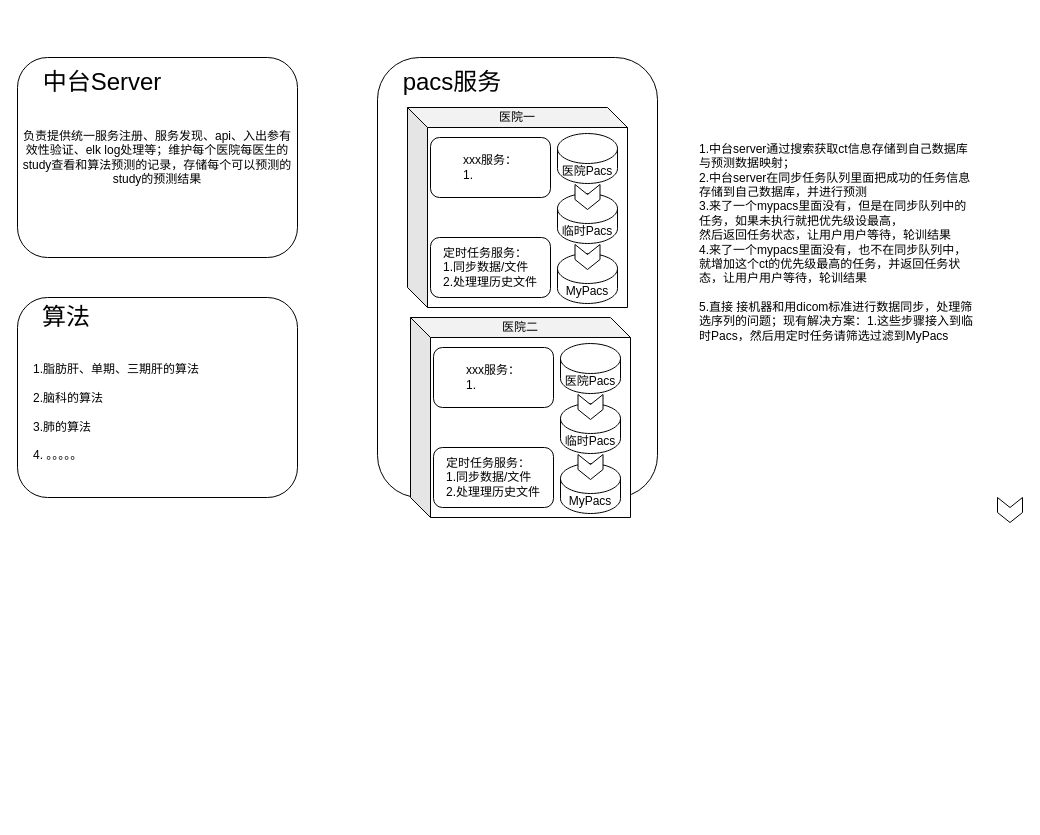
lsm1103/pyupload keeps this draw.io diagram as 未命名绘图.drawio. Above is the earlier version. Source tidied: cells renumbered, new cells numbered last; positions are measured from the earlier drawing's top-left corner, leaving out a move shared by most shapes. Both pictures are drawn from the tidied source at 100%, with x=0, y=0 at pixel (17, 17).
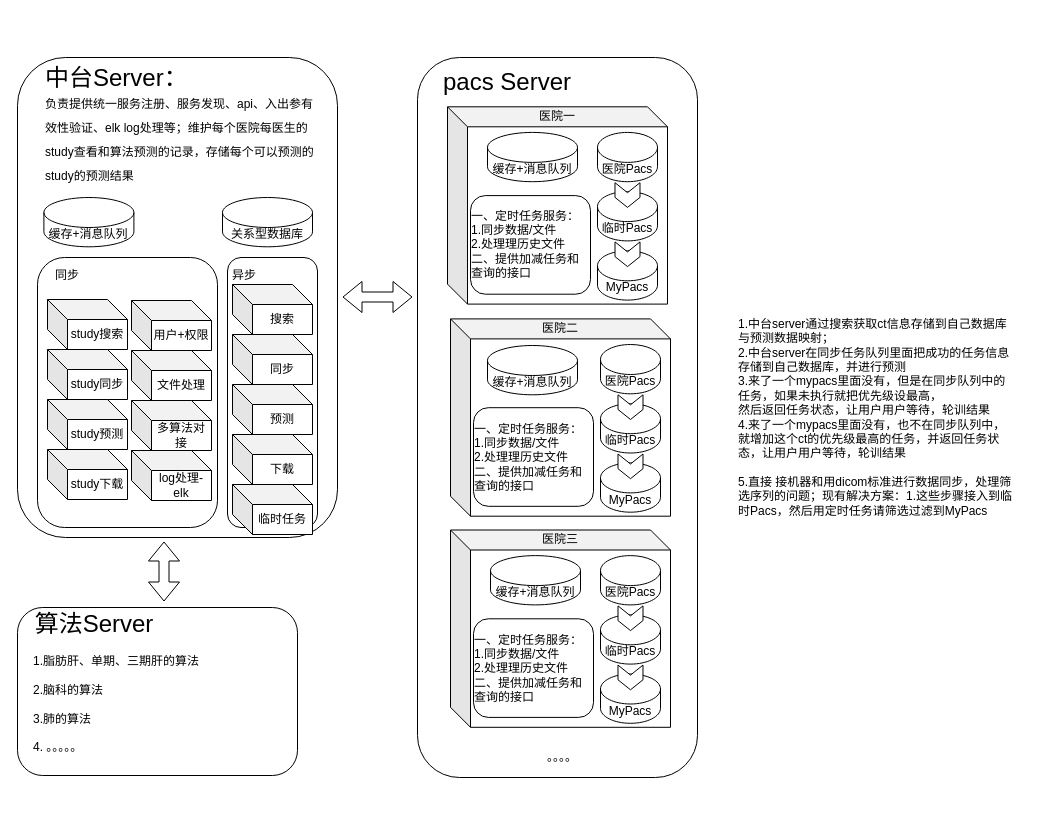
Above is the later version.

Commit message:
更新未命名绘图.drawio

The edit, as a diff of the source:
```diff
@@
     <mxCell id="2" style="group;" parent="1" vertex="1">
-      <mxGeometry y="40" width="280" height="200" as="geometry" />
+      <mxGeometry y="40" width="320" height="480" as="geometry" />
     </mxCell>
-    <mxCell id="3" value="负责提供统一服务注册、服务发现、api、入出参有效性验证、elk log处理等；维护每个医院每医生的study查看和算法预测的记录，存储每个可以预测的study的预测结果" style="rounded=1;whiteSpace=wrap;html=1;" parent="2" vertex="1">
-      <mxGeometry width="280" height="200" as="geometry" />
+    <mxCell id="3" style="rounded=1;whiteSpace=wrap;html=1;" parent="2" vertex="1">
+      <mxGeometry width="320" height="480" as="geometry" />
     </mxCell>
-    <mxCell id="4" value="&lt;font style=&quot;font-size: 24px&quot;&gt;中台Server&lt;/font&gt;" style="text;html=1;strokeColor=none;fillColor=none;align=center;verticalAlign=middle;whiteSpace=wrap;rounded=0;" parent="2" vertex="1">
-      <mxGeometry x="20" y="10" width="130" height="30" as="geometry" />
+    <mxCell id="4" value="&lt;font style=&quot;font-size: 24px ; line-height: 80%&quot;&gt;中台Server：&lt;br&gt;&lt;span style=&quot;font-size: 12px ; text-align: center&quot;&gt;负责提供统一服务注册、服务发现、api、入出参有效性验证、elk log处理等；维护每个医院每医生的study查看和算法预测的记录，存储每个可以预测的study的预测结果&lt;/span&gt;&lt;br&gt;&lt;/font&gt;" style="text;html=1;strokeColor=none;fillColor=none;align=left;verticalAlign=middle;whiteSpace=wrap;rounded=0;" parent="2" vertex="1">
+      <mxGeometry x="26.4" y="10" width="273.6" height="120" as="geometry" />
     </mxCell>
+    <mxCell id="36" style="group;" parent="2" vertex="1">
+      <mxGeometry x="20" y="200" width="180" height="270" as="geometry" />
+    </mxCell>
+    <mxCell id="37" style="rounded=1;whiteSpace=wrap;html=1;" parent="36" vertex="1">
+      <mxGeometry width="180" height="270" as="geometry" />
+    </mxCell>
+    <mxCell id="38" value="同步" style="text;html=1;strokeColor=none;fillColor=none;align=center;verticalAlign=middle;whiteSpace=wrap;rounded=0;" parent="36" vertex="1">
+      <mxGeometry width="60" height="36" as="geometry" />
+    </mxCell>
+    <mxCell id="39" value="用户+权限" style="shape=cube;whiteSpace=wrap;html=1;boundedLbl=1;backgroundOutline=1;darkOpacity=0.05;darkOpacity2=0.1;" parent="36" vertex="1">
+      <mxGeometry x="94" y="43" width="80" height="50" as="geometry" />
+    </mxCell>
+    <mxCell id="40" value="文件处理" style="shape=cube;whiteSpace=wrap;html=1;boundedLbl=1;backgroundOutline=1;darkOpacity=0.05;darkOpacity2=0.1;" parent="36" vertex="1">
+      <mxGeometry x="94" y="93" width="80" height="50" as="geometry" />
+    </mxCell>
+    <mxCell id="41" value="多算法对接" style="shape=cube;whiteSpace=wrap;html=1;boundedLbl=1;backgroundOutline=1;darkOpacity=0.05;darkOpacity2=0.1;" parent="36" vertex="1">
+      <mxGeometry x="94" y="143" width="80" height="50" as="geometry" />
+    </mxCell>
+    <mxCell id="42" value="log处理-elk" style="shape=cube;whiteSpace=wrap;html=1;boundedLbl=1;backgroundOutline=1;darkOpacity=0.05;darkOpacity2=0.1;" parent="36" vertex="1">
+      <mxGeometry x="94" y="193" width="80" height="50" as="geometry" />
+    </mxCell>
+    <mxCell id="43" value="study搜索" style="shape=cube;whiteSpace=wrap;html=1;boundedLbl=1;backgroundOutline=1;darkOpacity=0.05;darkOpacity2=0.1;" parent="36" vertex="1">
+      <mxGeometry x="10" y="42" width="80" height="50" as="geometry" />
+    </mxCell>
+    <mxCell id="44" value="study同步" style="shape=cube;whiteSpace=wrap;html=1;boundedLbl=1;backgroundOutline=1;darkOpacity=0.05;darkOpacity2=0.1;" parent="36" vertex="1">
+      <mxGeometry x="10" y="92" width="80" height="50" as="geometry" />
+    </mxCell>
+    <mxCell id="45" value="study预测" style="shape=cube;whiteSpace=wrap;html=1;boundedLbl=1;backgroundOutline=1;darkOpacity=0.05;darkOpacity2=0.1;" parent="36" vertex="1">
+      <mxGeometry x="10" y="142" width="80" height="50" as="geometry" />
+    </mxCell>
+    <mxCell id="46" value="study下载" style="shape=cube;whiteSpace=wrap;html=1;boundedLbl=1;backgroundOutline=1;darkOpacity=0.05;darkOpacity2=0.1;" parent="36" vertex="1">
+      <mxGeometry x="10" y="192" width="80" height="50" as="geometry" />
+    </mxCell>
+    <mxCell id="47" style="group;" parent="2" vertex="1">
+      <mxGeometry x="170" y="200" width="130" height="270" as="geometry" />
+    </mxCell>
+    <mxCell id="48" style="rounded=1;whiteSpace=wrap;html=1;" parent="47" vertex="1">
+      <mxGeometry x="40" width="90" height="270" as="geometry" />
+    </mxCell>
+    <mxCell id="49" value="异步" style="text;html=1;strokeColor=none;fillColor=none;align=center;verticalAlign=middle;whiteSpace=wrap;rounded=0;" parent="47" vertex="1">
+      <mxGeometry x="40" width="33.8" height="36" as="geometry" />
+    </mxCell>
+    <mxCell id="50" value="搜索" style="shape=cube;whiteSpace=wrap;html=1;boundedLbl=1;backgroundOutline=1;darkOpacity=0.05;darkOpacity2=0.1;" parent="47" vertex="1">
+      <mxGeometry x="45" y="27" width="80" height="50" as="geometry" />
+    </mxCell>
+    <mxCell id="51" value="同步" style="shape=cube;whiteSpace=wrap;html=1;boundedLbl=1;backgroundOutline=1;darkOpacity=0.05;darkOpacity2=0.1;" parent="47" vertex="1">
+      <mxGeometry x="45" y="77" width="80" height="50" as="geometry" />
+    </mxCell>
+    <mxCell id="52" value="预测" style="shape=cube;whiteSpace=wrap;html=1;boundedLbl=1;backgroundOutline=1;darkOpacity=0.05;darkOpacity2=0.1;" parent="47" vertex="1">
+      <mxGeometry x="45" y="127" width="80" height="50" as="geometry" />
+    </mxCell>
+    <mxCell id="53" value="下载" style="shape=cube;whiteSpace=wrap;html=1;boundedLbl=1;backgroundOutline=1;darkOpacity=0.05;darkOpacity2=0.1;" parent="47" vertex="1">
+      <mxGeometry x="45" y="177" width="80" height="50" as="geometry" />
+    </mxCell>
+    <mxCell id="54" value="临时任务" style="shape=cube;whiteSpace=wrap;html=1;boundedLbl=1;backgroundOutline=1;darkOpacity=0.05;darkOpacity2=0.1;" parent="47" vertex="1">
+      <mxGeometry x="45" y="227" width="80" height="50" as="geometry" />
+    </mxCell>
+    <mxCell id="55" value="缓存+消息队列" style="shape=cylinder3;whiteSpace=wrap;html=1;boundedLbl=1;backgroundOutline=1;size=15;" parent="2" vertex="1">
+      <mxGeometry x="26.4" y="140" width="90" height="49.3" as="geometry" />
+    </mxCell>
+    <mxCell id="56" value="关系型数据库" style="shape=cylinder3;whiteSpace=wrap;html=1;boundedLbl=1;backgroundOutline=1;size=15;" parent="2" vertex="1">
+      <mxGeometry x="205" y="140" width="90" height="49.3" as="geometry" />
+    </mxCell>
     <mxCell id="5" style="group;" parent="1" vertex="1">
-      <mxGeometry y="280" width="294" height="250" as="geometry" />
+      <mxGeometry y="590" width="294" height="210" as="geometry" />
     </mxCell>
     <mxCell id="6" style="rounded=1;whiteSpace=wrap;html=1;" parent="5" vertex="1">
-      <mxGeometry width="280" height="200" as="geometry" />
+      <mxGeometry width="280" height="168" as="geometry" />
     </mxCell>
-    <mxCell id="7" value="&lt;font style=&quot;font-size: 24px&quot;&gt;算法&lt;/font&gt;" style="text;html=1;strokeColor=none;fillColor=none;align=center;verticalAlign=middle;whiteSpace=wrap;rounded=0;" parent="5" vertex="1">
-      <mxGeometry x="14" y="10" width="70" height="20" as="geometry" />
+    <mxCell id="7" value="&lt;font style=&quot;font-size: 24px&quot;&gt;算法&lt;/font&gt;&lt;span style=&quot;font-size: 24px ; text-align: left&quot;&gt;Server&lt;/span&gt;" style="text;html=1;strokeColor=none;fillColor=none;align=center;verticalAlign=middle;whiteSpace=wrap;rounded=0;" parent="5" vertex="1">
+      <mxGeometry x="14" y="8.4" width="126" height="16.8" as="geometry" />
     </mxCell>
     <mxCell id="8" value="1.脂肪肝、单期、三期肝的算法&lt;br&gt;&lt;br&gt;2.脑科的算法&lt;br&gt;&lt;br&gt;3.肺的算法&lt;br&gt;&lt;br&gt;4. 。。。。。" style="text;html=1;strokeColor=none;fillColor=none;align=left;verticalAlign=middle;whiteSpace=wrap;rounded=0;" parent="5" vertex="1">
-      <mxGeometry x="14" y="40" width="256" height="150" as="geometry" />
+      <mxGeometry x="14" y="33.6" width="256" height="126" as="geometry" />
     </mxCell>
     <mxCell id="9" style="group;" parent="1" vertex="1">
-      <mxGeometry x="360" y="40" width="283" height="440" as="geometry" />
+      <mxGeometry x="400" y="40" width="283" height="720" as="geometry" />
     </mxCell>
     <mxCell id="10" style="rounded=1;whiteSpace=wrap;html=1;" parent="9" vertex="1">
-      <mxGeometry width="280" height="440" as="geometry" />
+      <mxGeometry width="280" height="720" as="geometry" />
     </mxCell>
-    <mxCell id="11" value="&lt;span style=&quot;font-size: 24px&quot;&gt;pacs服务&lt;/span&gt;" style="text;html=1;strokeColor=none;fillColor=none;align=center;verticalAlign=middle;whiteSpace=wrap;rounded=0;" parent="9" vertex="1">
-      <mxGeometry x="20" y="10" width="110" height="30" as="geometry" />
+    <mxCell id="11" value="&lt;span style=&quot;font-size: 24px&quot;&gt;pacs&amp;nbsp;&lt;/span&gt;&lt;span style=&quot;font-size: 24px ; text-align: left&quot;&gt;Server&lt;/span&gt;" style="text;html=1;strokeColor=none;fillColor=none;align=center;verticalAlign=middle;whiteSpace=wrap;rounded=0;" parent="9" vertex="1">
+      <mxGeometry x="20" y="9.9" width="140" height="29.6" as="geometry" />
     </mxCell>
     <mxCell id="12" style="group;" parent="9" vertex="1">
-      <mxGeometry x="-60" y="-40" width="340" height="260" as="geometry" />
+      <mxGeometry x="-60" y="-39.5" width="340" height="256.4" as="geometry" />
     </mxCell>
     <mxCell id="13" style="group;" parent="12" vertex="1">
-      <mxGeometry x="90" y="90" width="220" height="200" as="geometry" />
+      <mxGeometry x="90" y="88.8" width="220" height="197.3" as="geometry" />
     </mxCell>
     <mxCell id="14" style="shape=cube;whiteSpace=wrap;html=1;boundedLbl=1;backgroundOutline=1;darkOpacity=0.05;darkOpacity2=0.1;" parent="13" vertex="1">
-      <mxGeometry width="220" height="200" as="geometry" />
+      <mxGeometry width="220" height="197.3" as="geometry" />
     </mxCell>
     <mxCell id="15" value="医院Pacs" style="shape=cylinder3;whiteSpace=wrap;html=1;boundedLbl=1;backgroundOutline=1;size=15;" parent="13" vertex="1">
-      <mxGeometry x="150" y="26" width="60" height="50" as="geometry" />
+      <mxGeometry x="150" y="25.6" width="60" height="49.3" as="geometry" />
     </mxCell>
     <mxCell id="16" value="MyPacs" style="shape=cylinder3;whiteSpace=wrap;html=1;boundedLbl=1;backgroundOutline=1;size=15;" parent="13" vertex="1">
-      <mxGeometry x="150" y="146" width="60" height="50" as="geometry" />
+      <mxGeometry x="150" y="144" width="60" height="49.3" as="geometry" />
     </mxCell>
-    <mxCell id="17" value="&lt;div style=&quot;text-align: left&quot;&gt;&lt;span&gt;定时任务服务：&lt;/span&gt;&lt;/div&gt;&lt;div style=&quot;text-align: left&quot;&gt;&lt;span&gt;1.同步数据/文件&lt;/span&gt;&lt;/div&gt;&lt;div style=&quot;text-align: left&quot;&gt;&lt;span&gt;2.处理理历史文件&lt;/span&gt;&lt;/div&gt;" style="rounded=1;whiteSpace=wrap;html=1;" parent="13" vertex="1">
-      <mxGeometry x="23" y="130" width="120" height="60" as="geometry" />
+    <mxCell id="17" value="&lt;div style=&quot;text-align: left&quot;&gt;&lt;span&gt;一、定时任务服务：&lt;/span&gt;&lt;/div&gt;&lt;div style=&quot;text-align: left&quot;&gt;&lt;span&gt;1.同步数据/文件&lt;/span&gt;&lt;/div&gt;&lt;div style=&quot;text-align: left&quot;&gt;&lt;span&gt;2.处理理历史文件&lt;/span&gt;&lt;/div&gt;&lt;div style=&quot;text-align: left&quot;&gt;&lt;span&gt;二、提供加减任务和查询的接口&lt;/span&gt;&lt;/div&gt;" style="rounded=1;whiteSpace=wrap;html=1;" parent="13" vertex="1">
+      <mxGeometry x="23" y="88.8" width="120" height="98.6" as="geometry" />
     </mxCell>
     <mxCell id="18" value="临时Pacs" style="shape=cylinder3;whiteSpace=wrap;html=1;boundedLbl=1;backgroundOutline=1;size=15;" parent="13" vertex="1">
-      <mxGeometry x="150" y="86" width="60" height="50" as="geometry" />
+      <mxGeometry x="150" y="84.8" width="60" height="49.3" as="geometry" />
     </mxCell>
-    <mxCell id="19" value="&lt;div style=&quot;text-align: left&quot;&gt;&lt;span&gt;xxx服务：&lt;/span&gt;&lt;/div&gt;&lt;div style=&quot;text-align: left&quot;&gt;1.&lt;/div&gt;" style="rounded=1;whiteSpace=wrap;html=1;" parent="13" vertex="1">
-      <mxGeometry x="23" y="30" width="120" height="60" as="geometry" />
-    </mxCell>
     <mxCell id="20" style="html=1;shadow=0;dashed=0;align=center;verticalAlign=middle;shape=mxgraph.arrows2.arrow;dy=0;dx=10;notch=10;direction=south;" parent="13" vertex="1">
-      <mxGeometry x="167.5" y="77" width="25" height="25" as="geometry" />
+      <mxGeometry x="167.5" y="75.9" width="25" height="24.7" as="geometry" />
     </mxCell>
     <mxCell id="21" style="html=1;shadow=0;dashed=0;align=center;verticalAlign=middle;shape=mxgraph.arrows2.arrow;dy=0;dx=10;notch=10;direction=south;" parent="13" vertex="1">
-      <mxGeometry x="167.5" y="137" width="25" height="25" as="geometry" />
+      <mxGeometry x="167.5" y="135.1" width="25" height="24.7" as="geometry" />
     </mxCell>
     <mxCell id="22" value="医院一" style="text;html=1;strokeColor=none;fillColor=none;align=center;verticalAlign=middle;whiteSpace=wrap;rounded=0;" parent="13" vertex="1">
-      <mxGeometry x="90" width="40" height="20" as="geometry" />
+      <mxGeometry x="90" width="40" height="19.7" as="geometry" />
     </mxCell>
-    <mxCell id="23" style="group;" parent="9" vertex="1">
-      <mxGeometry x="-57" y="170" width="340" height="260" as="geometry" />
-    </mxCell>
+    <mxCell id="57" value="缓存+消息队列" style="shape=cylinder3;whiteSpace=wrap;html=1;boundedLbl=1;backgroundOutline=1;size=15;" parent="13" vertex="1">
+      <mxGeometry x="40" y="25.6" width="90" height="49.3" as="geometry" />
+    </mxCell>
-    <mxCell id="24" style="group;" parent="23" vertex="1">
-      <mxGeometry x="90" y="90" width="220" height="200" as="geometry" />
+    <mxCell id="24" style="group;" parent="9" vertex="1">
+      <mxGeometry x="33" y="261.4" width="220" height="197.3" as="geometry" />
     </mxCell>
     <mxCell id="25" style="shape=cube;whiteSpace=wrap;html=1;boundedLbl=1;backgroundOutline=1;darkOpacity=0.05;darkOpacity2=0.1;" parent="24" vertex="1">
-      <mxGeometry width="220" height="200" as="geometry" />
+      <mxGeometry width="220" height="197.3" as="geometry" />
     </mxCell>
     <mxCell id="26" value="医院Pacs" style="shape=cylinder3;whiteSpace=wrap;html=1;boundedLbl=1;backgroundOutline=1;size=15;" parent="24" vertex="1">
-      <mxGeometry x="150" y="26" width="60" height="50" as="geometry" />
+      <mxGeometry x="150" y="25.6" width="60" height="49.3" as="geometry" />
     </mxCell>
     <mxCell id="27" value="MyPacs" style="shape=cylinder3;whiteSpace=wrap;html=1;boundedLbl=1;backgroundOutline=1;size=15;" parent="24" vertex="1">
-      <mxGeometry x="150" y="146" width="60" height="50" as="geometry" />
+      <mxGeometry x="150" y="144" width="60" height="49.3" as="geometry" />
     </mxCell>
-    <mxCell id="28" value="&lt;div style=&quot;text-align: left&quot;&gt;&lt;span&gt;定时任务服务：&lt;/span&gt;&lt;/div&gt;&lt;div style=&quot;text-align: left&quot;&gt;&lt;span&gt;1.同步数据/文件&lt;/span&gt;&lt;/div&gt;&lt;div style=&quot;text-align: left&quot;&gt;&lt;span&gt;2.处理理历史文件&lt;/span&gt;&lt;/div&gt;" style="rounded=1;whiteSpace=wrap;html=1;" parent="24" vertex="1">
-      <mxGeometry x="23" y="130" width="120" height="60" as="geometry" />
+    <mxCell id="28" value="&lt;div style=&quot;text-align: left&quot;&gt;&lt;div&gt;一、定时任务服务：&lt;/div&gt;&lt;div&gt;1.同步数据/文件&lt;/div&gt;&lt;div&gt;2.处理理历史文件&lt;/div&gt;&lt;div&gt;二、提供加减任务和查询的接口&lt;/div&gt;&lt;/div&gt;" style="rounded=1;whiteSpace=wrap;html=1;" parent="24" vertex="1">
+      <mxGeometry x="23" y="88.8" width="120" height="98.6" as="geometry" />
     </mxCell>
     <mxCell id="29" value="临时Pacs" style="shape=cylinder3;whiteSpace=wrap;html=1;boundedLbl=1;backgroundOutline=1;size=15;" parent="24" vertex="1">
-      <mxGeometry x="150" y="86" width="60" height="50" as="geometry" />
+      <mxGeometry x="150" y="84.8" width="60" height="49.3" as="geometry" />
     </mxCell>
-    <mxCell id="30" value="&lt;div style=&quot;text-align: left&quot;&gt;&lt;span&gt;xxx服务：&lt;/span&gt;&lt;/div&gt;&lt;div style=&quot;text-align: left&quot;&gt;1.&lt;/div&gt;" style="rounded=1;whiteSpace=wrap;html=1;" parent="24" vertex="1">
-      <mxGeometry x="23" y="30" width="120" height="60" as="geometry" />
-    </mxCell>
     <mxCell id="31" style="html=1;shadow=0;dashed=0;align=center;verticalAlign=middle;shape=mxgraph.arrows2.arrow;dy=0;dx=10;notch=10;direction=south;" parent="24" vertex="1">
-      <mxGeometry x="167.5" y="77" width="25" height="25" as="geometry" />
+      <mxGeometry x="167.5" y="75.9" width="25" height="24.7" as="geometry" />
     </mxCell>
     <mxCell id="32" style="html=1;shadow=0;dashed=0;align=center;verticalAlign=middle;shape=mxgraph.arrows2.arrow;dy=0;dx=10;notch=10;direction=south;" parent="24" vertex="1">
-      <mxGeometry x="167.5" y="137" width="25" height="25" as="geometry" />
+      <mxGeometry x="167.5" y="135.1" width="25" height="24.7" as="geometry" />
     </mxCell>
     <mxCell id="33" value="医院二" style="text;html=1;strokeColor=none;fillColor=none;align=center;verticalAlign=middle;whiteSpace=wrap;rounded=0;" parent="24" vertex="1">
-      <mxGeometry x="90" width="40" height="20" as="geometry" />
+      <mxGeometry x="90" width="40" height="19.7" as="geometry" />
     </mxCell>
-    <mxCell id="34" style="html=1;shadow=0;dashed=0;align=center;verticalAlign=middle;shape=mxgraph.arrows2.arrow;dy=0;dx=10;notch=10;direction=south;" parent="1" vertex="1">
-      <mxGeometry x="980" y="480" width="25" height="25" as="geometry" />
-    </mxCell>
+    <mxCell id="58" value="缓存+消息队列" style="shape=cylinder3;whiteSpace=wrap;html=1;boundedLbl=1;backgroundOutline=1;size=15;" parent="24" vertex="1">
+      <mxGeometry x="37" y="26.6" width="90" height="49.3" as="geometry" />
+    </mxCell>
+    <mxCell id="59" style="group;" parent="9" vertex="1">
+      <mxGeometry x="-57" y="383.7" width="340" height="256.4" as="geometry" />
+    </mxCell>
+    <mxCell id="60" style="group;" parent="59" vertex="1">
+      <mxGeometry x="90" y="88.8" width="220" height="197.3" as="geometry" />
+    </mxCell>
+    <mxCell id="61" style="shape=cube;whiteSpace=wrap;html=1;boundedLbl=1;backgroundOutline=1;darkOpacity=0.05;darkOpacity2=0.1;" parent="60" vertex="1">
+      <mxGeometry width="220" height="197.3" as="geometry" />
+    </mxCell>
+    <mxCell id="62" value="医院Pacs" style="shape=cylinder3;whiteSpace=wrap;html=1;boundedLbl=1;backgroundOutline=1;size=15;" parent="60" vertex="1">
+      <mxGeometry x="150" y="25.6" width="60" height="49.3" as="geometry" />
+    </mxCell>
+    <mxCell id="63" value="MyPacs" style="shape=cylinder3;whiteSpace=wrap;html=1;boundedLbl=1;backgroundOutline=1;size=15;" parent="60" vertex="1">
+      <mxGeometry x="150" y="144" width="60" height="49.3" as="geometry" />
+    </mxCell>
+    <mxCell id="64" value="&lt;div style=&quot;text-align: left&quot;&gt;&lt;span&gt;一、定时任务服务：&lt;/span&gt;&lt;/div&gt;&lt;div style=&quot;text-align: left&quot;&gt;&lt;span&gt;1.同步数据/文件&lt;/span&gt;&lt;/div&gt;&lt;div style=&quot;text-align: left&quot;&gt;&lt;span&gt;2.处理理历史文件&lt;/span&gt;&lt;/div&gt;&lt;div style=&quot;text-align: left&quot;&gt;&lt;span&gt;二、提供加减任务和查询的接口&lt;/span&gt;&lt;/div&gt;" style="rounded=1;whiteSpace=wrap;html=1;" parent="60" vertex="1">
+      <mxGeometry x="23" y="88.8" width="120" height="98.6" as="geometry" />
+    </mxCell>
+    <mxCell id="65" value="临时Pacs" style="shape=cylinder3;whiteSpace=wrap;html=1;boundedLbl=1;backgroundOutline=1;size=15;" parent="60" vertex="1">
+      <mxGeometry x="150" y="84.8" width="60" height="49.3" as="geometry" />
+    </mxCell>
+    <mxCell id="66" style="html=1;shadow=0;dashed=0;align=center;verticalAlign=middle;shape=mxgraph.arrows2.arrow;dy=0;dx=10;notch=10;direction=south;" parent="60" vertex="1">
+      <mxGeometry x="167.5" y="75.9" width="25" height="24.7" as="geometry" />
+    </mxCell>
+    <mxCell id="67" style="html=1;shadow=0;dashed=0;align=center;verticalAlign=middle;shape=mxgraph.arrows2.arrow;dy=0;dx=10;notch=10;direction=south;" parent="60" vertex="1">
+      <mxGeometry x="167.5" y="135.1" width="25" height="24.7" as="geometry" />
+    </mxCell>
+    <mxCell id="68" value="医院三" style="text;html=1;strokeColor=none;fillColor=none;align=center;verticalAlign=middle;whiteSpace=wrap;rounded=0;" parent="60" vertex="1">
+      <mxGeometry x="90" width="40" height="19.7" as="geometry" />
+    </mxCell>
+    <mxCell id="69" value="缓存+消息队列" style="shape=cylinder3;whiteSpace=wrap;html=1;boundedLbl=1;backgroundOutline=1;size=15;" parent="60" vertex="1">
+      <mxGeometry x="40" y="25.6" width="90" height="49.3" as="geometry" />
+    </mxCell>
+    <mxCell id="70" value="。。。。" style="text;html=1;strokeColor=none;fillColor=none;align=center;verticalAlign=middle;whiteSpace=wrap;rounded=0;" parent="9" vertex="1">
+      <mxGeometry x="90" y="690.4" width="110" height="19.7" as="geometry" />
+    </mxCell>
     <mxCell id="35" value="1.中台server通过搜索获取ct信息存储到自己数据库与预测数据映射；&lt;br&gt;2.中台server在同步任务队列里面把成功的任务信息存储到自己数据库，并进行预测&lt;br&gt;3.来了一个mypacs里面没有，但是在同步队列中的任务，如果未执行就把优先级设最高，&lt;br&gt;然后返回任务状态，让用户用户等待，轮训结果&lt;br&gt;4.来了一个mypacs里面没有，也不在同步队列中，就增加这个ct的优先级最高的任务，并返回任务状态，让用户用户等待，轮训结果&lt;br&gt;&lt;br&gt;5.直接 接机器和用dicom标准进行数据同步，处理筛选序列的问题；现有解决方案：1.这些步骤接入到临时Pacs，然后用定时任务请筛选过滤到MyPacs" style="text;html=1;strokeColor=none;fillColor=none;align=left;verticalAlign=middle;whiteSpace=wrap;rounded=0;" parent="1" vertex="1">
-      <mxGeometry x="680" y="120" width="280" height="210" as="geometry" />
+      <mxGeometry x="719" y="40" width="280" height="720" as="geometry" />
     </mxCell>
+    <mxCell id="71" style="shape=flexArrow;endArrow=classic;startArrow=classic;html=1;" parent="1" edge="1">
+      <mxGeometry relative="1" as="geometry">
+        <mxPoint x="146.5" y="584" as="sourcePoint" />
+        <mxPoint x="146.5" y="524" as="targetPoint" />
+      </mxGeometry>
+    </mxCell>
+    <mxCell id="72" style="shape=flexArrow;endArrow=classic;startArrow=classic;html=1;" parent="1" edge="1">
+      <mxGeometry relative="1" as="geometry">
+        <mxPoint x="325" y="279.5" as="sourcePoint" />
+        <mxPoint x="395" y="279.5" as="targetPoint" />
+      </mxGeometry>
+    </mxCell>
```
